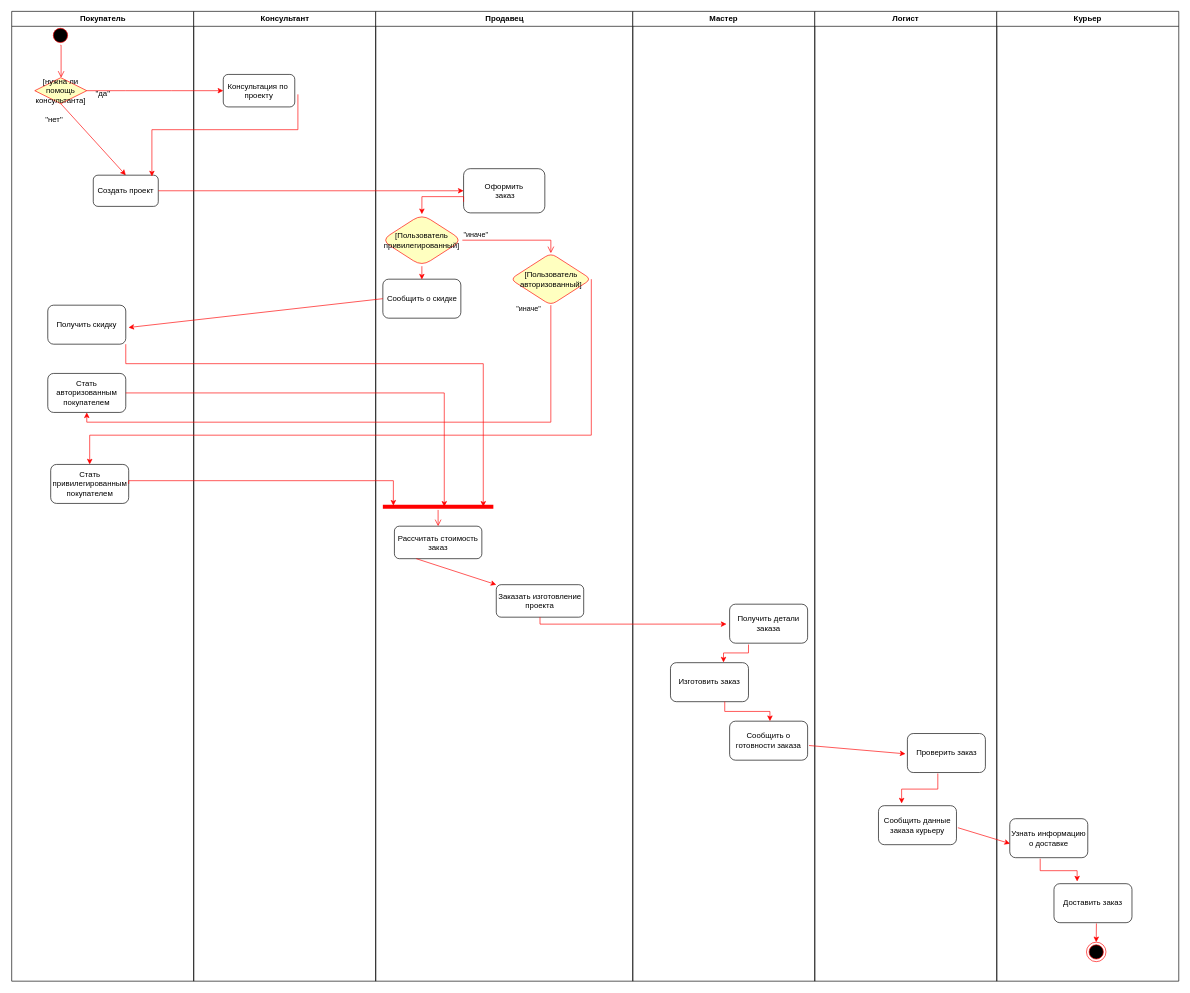
Earlier version of the draw.io diagram activity diagram.drawio (shatanov/IT-exams). Source tidied: cells renumbered, new cells numbered last; positions are measured from the earlier drawing's top-left corner, leaving out a move shared by most shapes. Both pictures are drawn from the tidied source at 65%, with x=0, y=0 at pixel (11, 11).
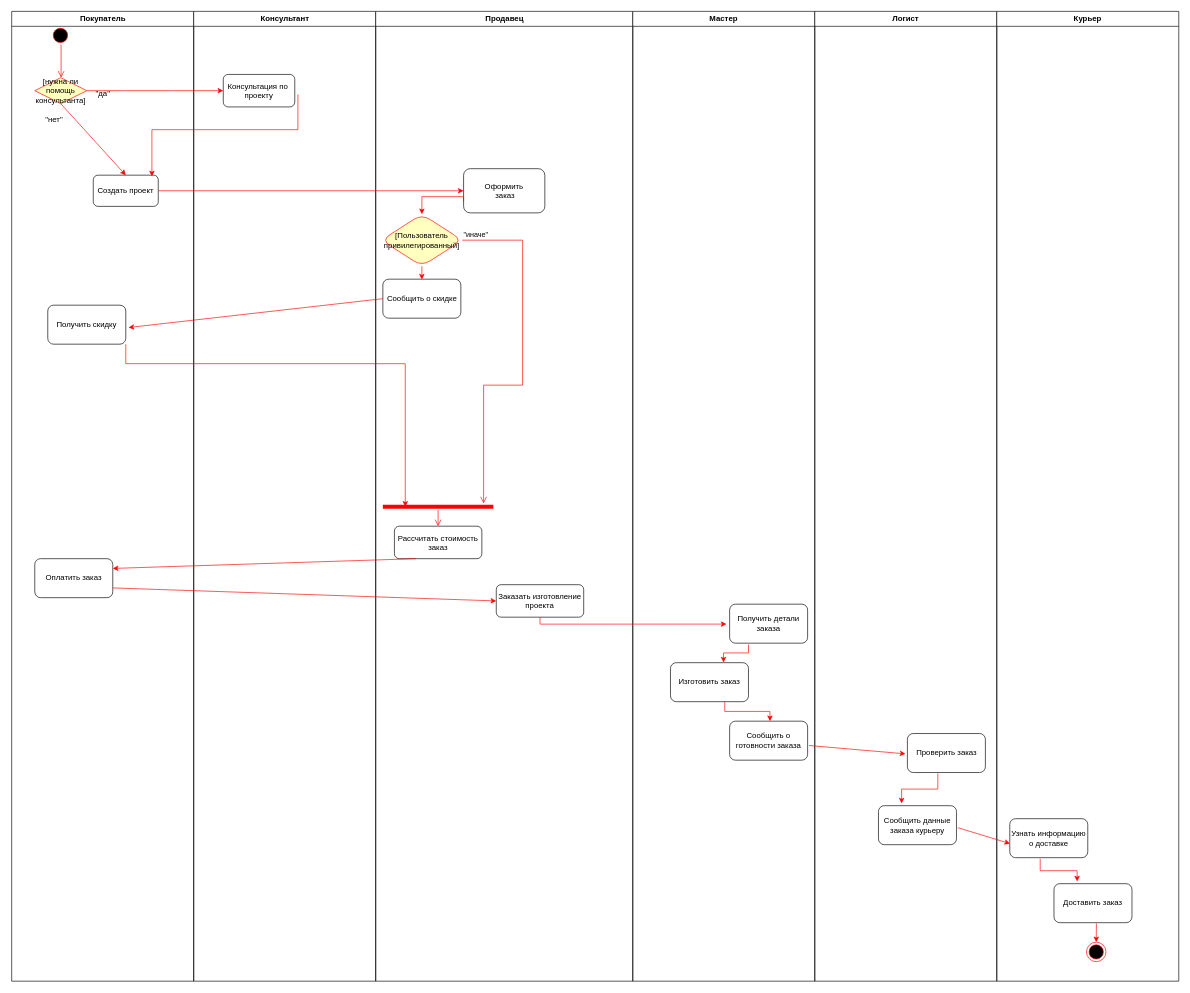
Above is the later version.

Unchanged cells that the change refers to:
```xml
<mxCell id="2" value="Покупатель" style="swimlane;whiteSpace=wrap;startSize=23;" parent="1" vertex="1">
  <mxGeometry x="0.5" width="280" height="1492" as="geometry" />
</mxCell>
<mxCell id="4" value="Получить скидку" style="rounded=1;whiteSpace=wrap;html=1;" parent="2" vertex="1">
  <mxGeometry x="55.5" y="452" width="120" height="60" as="geometry" />
</mxCell>
<mxCell id="15" value="Продавец" style="swimlane;whiteSpace=wrap;" parent="1" vertex="1">
  <mxGeometry x="560.5" width="395.5" height="1492" as="geometry" />
</mxCell>
<mxCell id="17" value="Рассчитать стоимость&#10;заказ" style="rounded=1;" parent="15" vertex="1">
  <mxGeometry x="28.8" y="792" width="134.5" height="50" as="geometry" />
</mxCell>
<mxCell id="18" value="Заказать изготовление&#10;проекта" style="rounded=1;" parent="15" vertex="1">
  <mxGeometry x="185.5" y="882" width="134.5" height="50" as="geometry" />
</mxCell>
<mxCell id="20" value="[Пользователь&lt;br&gt;привилегированный]" style="rhombus;whiteSpace=wrap;html=1;fillColor=#ffffc0;strokeColor=#ff0000;rounded=1;arcSize=31;" parent="15" vertex="1">
  <mxGeometry x="8.8" y="312" width="124.5" height="80" as="geometry" />
</mxCell>
<mxCell id="27" style="shape=line;html=1;strokeWidth=6;strokeColor=#ff0000;" parent="15" vertex="1">
  <mxGeometry x="11" y="757" width="170" height="10" as="geometry" />
</mxCell>
```

The edit, as a diff of the source:
```diff
@@
-    <mxCell id="5" value="Стать авторизованным покупателем" style="rounded=1;whiteSpace=wrap;html=1;" parent="2" vertex="1">
-      <mxGeometry x="55.5" y="557" width="120" height="60" as="geometry" />
-    </mxCell>
-    <mxCell id="6" value="Стать привилегированным&lt;br&gt;покупателем" style="rounded=1;whiteSpace=wrap;html=1;" parent="2" vertex="1">
-      <mxGeometry x="60" y="697" width="120" height="60" as="geometry" />
-    </mxCell>
@@
+    <mxCell id="57" value="Оплатить заказ" style="rounded=1;whiteSpace=wrap;html=1;" parent="2" vertex="1">
+      <mxGeometry x="35.5" y="842" width="120" height="60" as="geometry" />
+    </mxCell>
@@
-    <mxCell id="21" value="&quot;иначе&quot;" style="edgeStyle=orthogonalEdgeStyle;html=1;align=left;verticalAlign=bottom;endArrow=open;endSize=8;strokeColor=#ff0000;rounded=0;entryX=0.5;entryY=0;entryDx=0;entryDy=0;" parent="15" edge="1" source="20" target="24">
-      <mxGeometry x="-1" relative="1" as="geometry" />
+    <mxCell id="21" value="&quot;иначе&quot;" style="edgeStyle=orthogonalEdgeStyle;html=1;align=left;verticalAlign=bottom;endArrow=open;endSize=8;strokeColor=#ff0000;rounded=0;" parent="15" edge="1" source="20" target="27">
+      <mxGeometry x="-1" relative="1" as="geometry">
+        <Array as="points">
+          <mxPoint x="226" y="352" />
+          <mxPoint x="226" y="575" />
+          <mxPoint x="166" y="575" />
+        </Array>
+      </mxGeometry>
     </mxCell>
@@
-    <mxCell id="24" value="[Пользователь&lt;br&gt;авторизованный]" style="rhombus;whiteSpace=wrap;html=1;fillColor=#ffffc0;strokeColor=#ff0000;rounded=1;" parent="15" vertex="1">
-      <mxGeometry x="207.2" y="372" width="124.5" height="80" as="geometry" />
-    </mxCell>
-    <mxCell id="25" value="&lt;font style=&quot;font-size: 11px&quot;&gt;&quot;иначе&quot;&lt;/font&gt;" style="text;html=1;strokeColor=none;fillColor=none;align=center;verticalAlign=middle;whiteSpace=wrap;rounded=0;" parent="15" vertex="1">
-      <mxGeometry x="215.5" y="452" width="40" height="10" as="geometry" />
-    </mxCell>
-    <mxCell id="26" style="endArrow=classic;html=1;rounded=0;strokeColor=#FF0000;exitX=0.25;exitY=1;exitDx=0;exitDy=0;entryX=0;entryY=0;entryDx=0;entryDy=0;" parent="15" edge="1" source="17" target="18">
-      <mxGeometry relative="1" as="geometry" />
-    </mxCell>
@@
-    <mxCell id="50" style="endArrow=classic;html=1;rounded=0;strokeColor=#FF0000;exitX=0.5;exitY=1;exitDx=0;exitDy=0;entryX=0.5;entryY=1;entryDx=0;entryDy=0;edgeStyle=elbowEdgeStyle;" parent="1" edge="1" source="24" target="5">
-      <mxGeometry relative="1" as="geometry">
-        <Array as="points">
-          <mxPoint x="216" y="632" />
-          <mxPoint x="830" y="572" />
-        </Array>
-      </mxGeometry>
-    </mxCell>
-    <mxCell id="51" style="endArrow=classic;html=1;rounded=0;fontSize=11;strokeColor=#FF0000;entryX=0.5;entryY=0;entryDx=0;entryDy=0;edgeStyle=orthogonalEdgeStyle;exitX=1;exitY=0.5;exitDx=0;exitDy=0;" parent="1" edge="1" source="24" target="6">
-      <mxGeometry relative="1" as="geometry">
-        <Array as="points">
-          <mxPoint x="892" y="652" />
-          <mxPoint x="121" y="652" />
-          <mxPoint x="121" y="697" />
-        </Array>
-      </mxGeometry>
-    </mxCell>
@@
-    <mxCell id="54" style="endArrow=classic;html=1;rounded=0;strokeColor=#FF0000;exitX=1;exitY=0.5;exitDx=0;exitDy=0;edgeStyle=orthogonalEdgeStyle;" parent="1" edge="1" source="5">
-      <mxGeometry relative="1" as="geometry">
-        <mxPoint x="666" y="762" as="targetPoint" />
-        <Array as="points">
-          <mxPoint x="666" y="587" />
-          <mxPoint x="666" y="762" />
-        </Array>
-      </mxGeometry>
-    </mxCell>
     <mxCell id="55" style="endArrow=classic;html=1;rounded=0;strokeColor=#FF0000;exitX=1;exitY=1;exitDx=0;exitDy=0;edgeStyle=orthogonalEdgeStyle;" parent="1" edge="1" source="4">
       <mxGeometry relative="1" as="geometry">
-        <mxPoint x="726" y="762" as="targetPoint" />
+        <mxPoint x="606" y="762" as="targetPoint" />
         <Array as="points">
           <mxPoint x="176" y="542" />
-          <mxPoint x="726" y="542" />
-          <mxPoint x="726" y="762" />
+          <mxPoint x="606" y="542" />
+          <mxPoint x="606" y="762" />
         </Array>
       </mxGeometry>
     </mxCell>
-    <mxCell id="56" style="endArrow=classic;html=1;rounded=0;strokeColor=#FF0000;exitX=1;exitY=0.5;exitDx=0;exitDy=0;edgeStyle=orthogonalEdgeStyle;entryX=0.095;entryY=0.338;entryDx=0;entryDy=0;entryPerimeter=0;" parent="1" edge="1" source="6" target="27">
-      <mxGeometry relative="1" as="geometry">
-        <Array as="points">
-          <mxPoint x="180" y="722" />
-          <mxPoint x="588" y="722" />
-        </Array>
-      </mxGeometry>
-    </mxCell>
+    <mxCell id="26" style="endArrow=classic;html=1;rounded=0;strokeColor=#FF0000;exitX=0.25;exitY=1;exitDx=0;exitDy=0;entryX=1;entryY=0.25;entryDx=0;entryDy=0;" parent="1" edge="1" source="17" target="57">
+      <mxGeometry relative="1" as="geometry" />
+    </mxCell>
+    <mxCell id="58" style="endArrow=classic;html=1;rounded=0;strokeColor=#FF0000;exitX=1;exitY=0.75;exitDx=0;exitDy=0;entryX=0;entryY=0.5;entryDx=0;entryDy=0;" parent="1" edge="1" source="57" target="18">
+      <mxGeometry relative="1" as="geometry" />
+    </mxCell>
```
